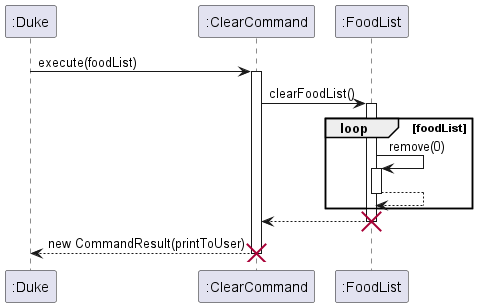
This is docs/images/ClearCommandSequenceDiagram.png from tsx0314/tp, a PlantUML export, as it was before one commit.
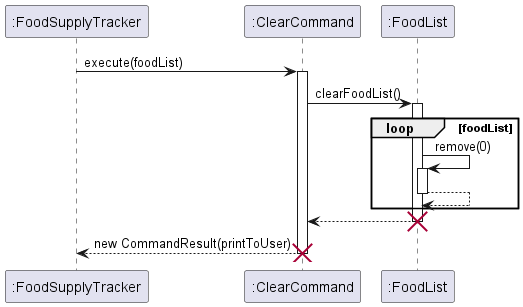
Later version of the same file.

Change to the diagram source:
```diff
@@ -1,10 +1,10 @@
 @startuml
 
-Participant ":Duke"
+Participant ":FoodSupplyTracker"
 Participant ":ClearCommand"
 Participant ":FoodList"
 
-":Duke" -> ":ClearCommand": execute(foodList)
+":FoodSupplyTracker" -> ":ClearCommand": execute(foodList)
 activate ":ClearCommand"
 
 ":ClearCommand" -> ":FoodList": clearFoodList()
@@ -22,7 +22,7 @@
 deactivate ":FoodList"
 destroy ":FoodList"
 
-":ClearCommand" --> ":Duke": new CommandResult(printToUser)
+":ClearCommand" --> ":FoodSupplyTracker": new CommandResult(printToUser)
 deactivate ":ClearCommand"
 destroy ":ClearCommand"
 @enduml
```
